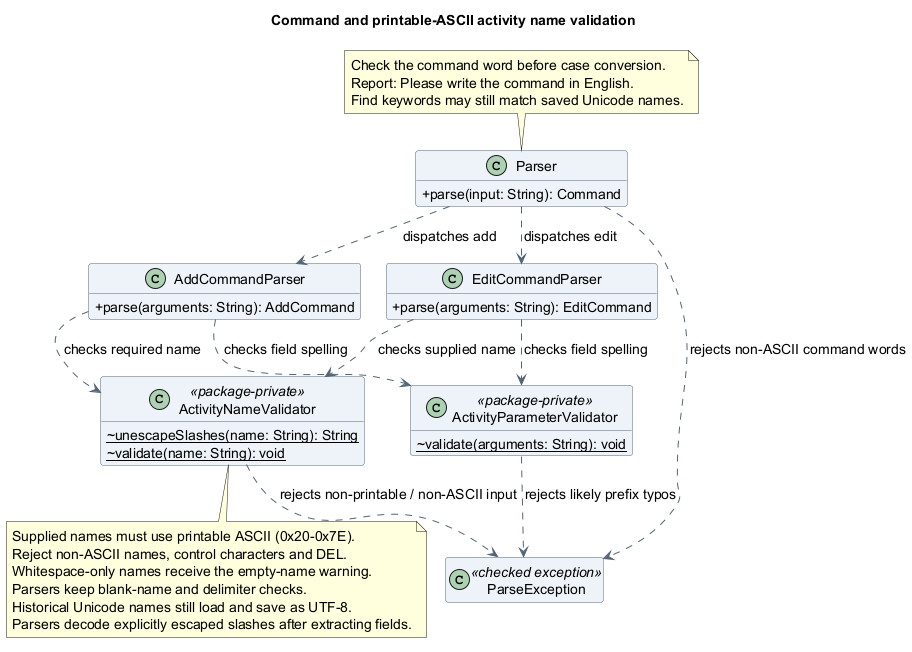
Earlier version of the PlantUML export docs/images/atharva/class/ActivityNameValidatorClassDiagram.png (AY2627S1-CS2113-T10-4/tp).
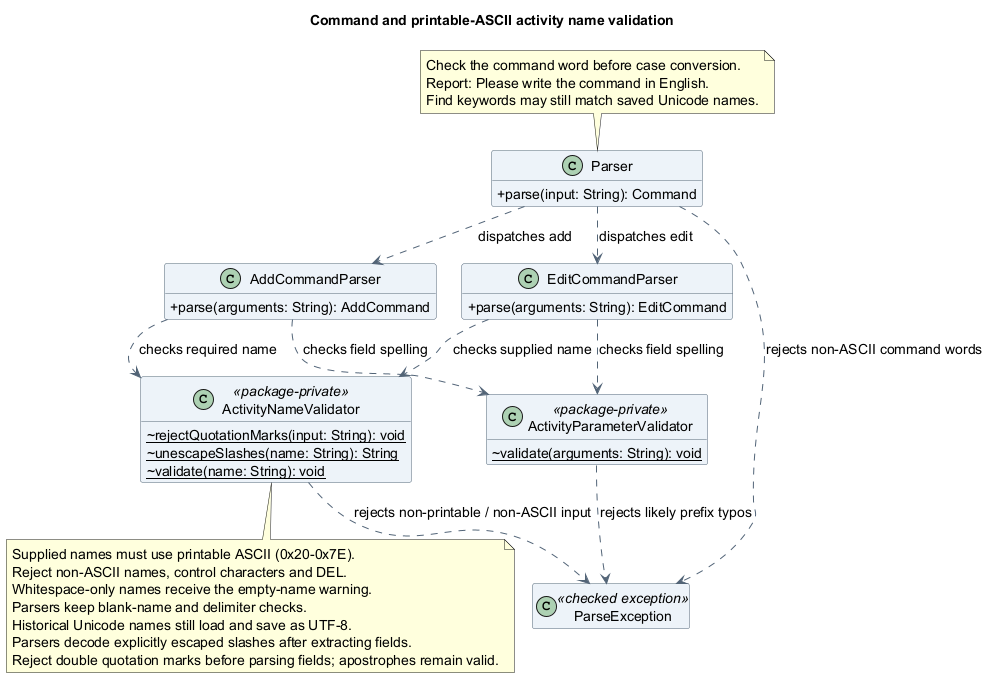
After the change.

Change to the diagram source:
```diff
@@ -24,6 +24,7 @@
   ~{static} validate(arguments: String): void
 }
 class ActivityNameValidator <<package-private>> {
+  ~{static} rejectQuotationMarks(input: String): void
   ~{static} unescapeSlashes(name: String): String
   ~{static} validate(name: String): void
 }
@@ -52,5 +53,6 @@
   Parsers keep blank-name and delimiter checks.
   Historical Unicode names still load and save as UTF-8.
   Parsers decode explicitly escaped slashes after extracting fields.
+  Reject double quotation marks before parsing fields; apostrophes remain valid.
 end note
 @enduml
```
